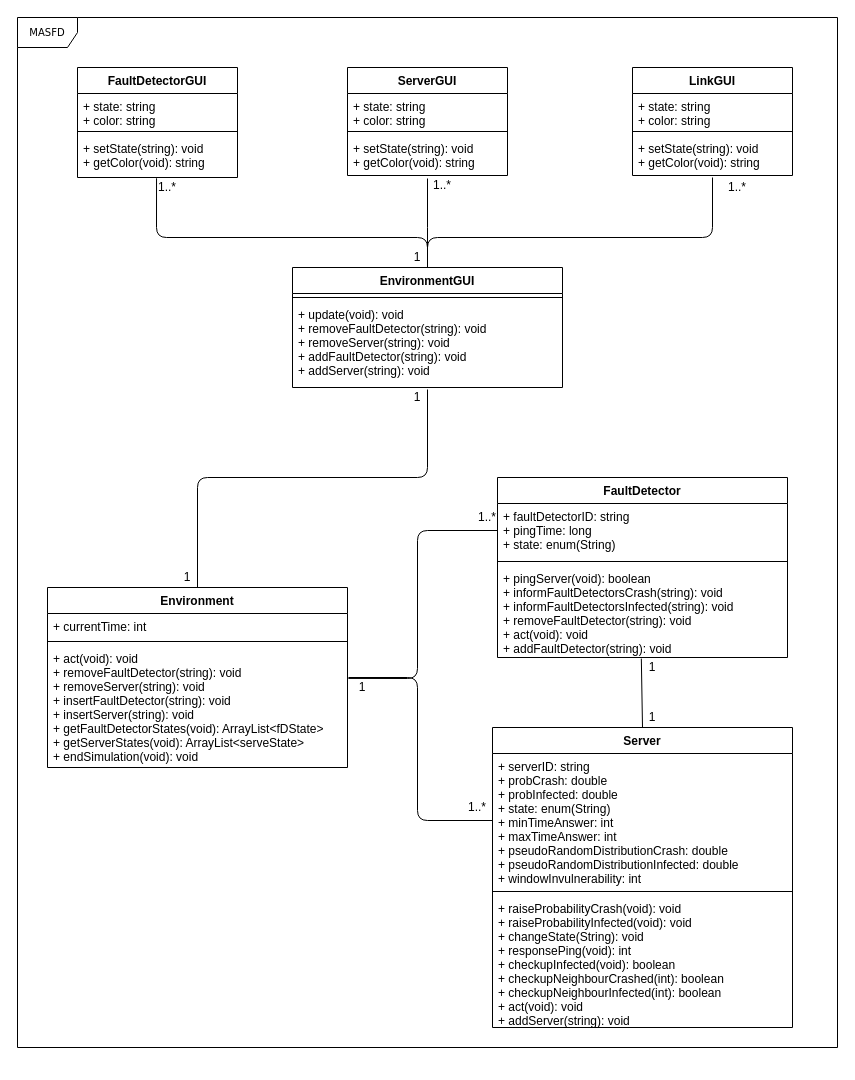
Before: MASFD.drawio in JRafaelSoares/MultiAgent-Fault-Detector, a draw.io diagram. Source tidied: cells renumbered, new cells numbered last; positions are measured from the earlier drawing's top-left corner, leaving out a move shared by most shapes. Both pictures are drawn from the tidied source at 100%, with x=0, y=0 at pixel (17, 17).
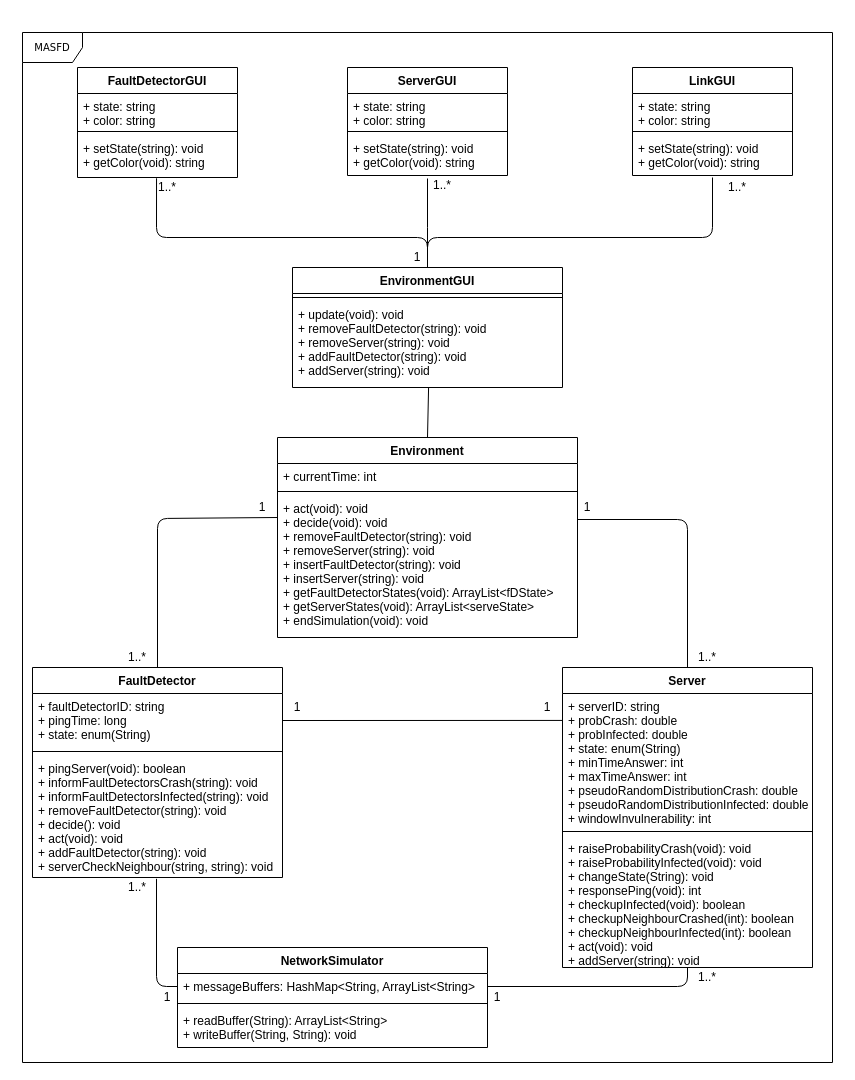
After the change.

Unchanged cells that the change refers to:
```xml
<mxCell id="28" value="+ update(void): void&#10;+ removeFaultDetector(string): void&#10;+ removeServer(string): void&#10;+ addFaultDetector(string): void&#10;+ addServer(string): void " style="text;strokeColor=none;fillColor=none;align=left;verticalAlign=top;spacingLeft=4;spacingRight=4;overflow=hidden;points=[[0,0.5],[1,0.5]];portConstraint=eastwest;" parent="26" vertex="1">
  <mxGeometry y="34" width="270" height="86" as="geometry" />
</mxCell>
```

What changed in the source:
```diff
@@
     <mxCell id="2" value="MASFD" style="shape=umlFrame;whiteSpace=wrap;html=1;rounded=0;shadow=0;comic=0;labelBackgroundColor=none;strokeWidth=1;fontFamily=Verdana;fontSize=10;align=center;" parent="1" vertex="1">
-      <mxGeometry width="820" height="1030" as="geometry" />
+      <mxGeometry x="5" y="15" width="810" height="1030" as="geometry" />
     </mxCell>
-    <mxCell id="3" style="endArrow=none;html=1;entryX=0.5;entryY=0;entryDx=0;entryDy=0;exitX=0.496;exitY=1.012;exitDx=0;exitDy=0;exitPerimeter=0;" parent="1" edge="1" source="21" target="14">
-      <mxGeometry relative="1" as="geometry" />
-    </mxCell>
-    <mxCell id="4" value="1" style="text;html=1;strokeColor=none;fillColor=none;align=center;verticalAlign=middle;whiteSpace=wrap;rounded=0;" parent="1" vertex="1">
-      <mxGeometry x="615" y="690" width="40" height="20" as="geometry" />
-    </mxCell>
-    <mxCell id="5" value="1" style="text;html=1;strokeColor=none;fillColor=none;align=center;verticalAlign=middle;whiteSpace=wrap;rounded=0;" parent="1" vertex="1">
-      <mxGeometry x="615" y="640" width="40" height="20" as="geometry" />
-    </mxCell>
-    <mxCell id="6" style="endArrow=none;html=1;entryX=1.003;entryY=0.27;entryDx=0;entryDy=0;exitX=0;exitY=0.5;exitDx=0;exitDy=0;entryPerimeter=0;" parent="1" edge="1" source="19" target="25">
-      <mxGeometry relative="1" as="geometry">
-        <Array as="points">
-          <mxPoint x="400" y="513" />
-          <mxPoint x="400" y="661" />
-        </Array>
-      </mxGeometry>
-    </mxCell>
-    <mxCell id="7" value="1..*" style="text;html=1;strokeColor=none;fillColor=none;align=center;verticalAlign=middle;whiteSpace=wrap;rounded=0;" parent="1" vertex="1">
-      <mxGeometry x="450" y="490" width="40" height="20" as="geometry" />
-    </mxCell>
-    <mxCell id="8" style="endArrow=none;html=1;exitX=0;exitY=0.5;exitDx=0;exitDy=0;" parent="1" edge="1" source="15">
-      <mxGeometry relative="1" as="geometry">
-        <mxPoint x="331" y="660" as="targetPoint" />
-        <Array as="points">
-          <mxPoint x="400" y="803" />
-          <mxPoint x="400" y="660" />
-        </Array>
-      </mxGeometry>
-    </mxCell>
-    <mxCell id="9" value="1" style="text;html=1;strokeColor=none;fillColor=none;align=center;verticalAlign=middle;whiteSpace=wrap;rounded=0;" parent="1" vertex="1">
-      <mxGeometry x="325" y="660" width="40" height="20" as="geometry" />
-    </mxCell>
-    <mxCell id="10" value="1..*" style="text;html=1;strokeColor=none;fillColor=none;align=center;verticalAlign=middle;whiteSpace=wrap;rounded=0;" parent="1" vertex="1">
-      <mxGeometry x="440" y="780" width="40" height="20" as="geometry" />
-    </mxCell>
-    <mxCell id="11" style="endArrow=none;html=1;exitX=0.5;exitY=0;exitDx=0;exitDy=0;" parent="1" edge="1" source="22">
-      <mxGeometry relative="1" as="geometry">
-        <mxPoint x="410" y="372" as="targetPoint" />
-        <Array as="points">
-          <mxPoint x="180" y="460" />
-          <mxPoint x="410" y="460" />
-        </Array>
-      </mxGeometry>
-    </mxCell>
-    <mxCell id="12" value="1" style="text;html=1;strokeColor=none;fillColor=none;align=center;verticalAlign=middle;whiteSpace=wrap;rounded=0;" parent="1" vertex="1">
-      <mxGeometry x="150" y="550" width="40" height="20" as="geometry" />
-    </mxCell>
-    <mxCell id="13" value="1" style="text;html=1;strokeColor=none;fillColor=none;align=center;verticalAlign=middle;whiteSpace=wrap;rounded=0;" parent="1" vertex="1">
-      <mxGeometry x="380" y="370" width="40" height="20" as="geometry" />
-    </mxCell>
-    <mxCell id="14" value="Server" style="swimlane;fontStyle=1;align=center;verticalAlign=top;horizontal=1;startSize=26;" parent="1" vertex="1">
-      <mxGeometry x="475" y="710" width="300" height="300" as="geometry" />
-    </mxCell>
-    <mxCell id="15" value="+ serverID: string&#10;+ probCrash: double&#10;+ probInfected: double&#10;+ state: enum(String)&#10;+ minTimeAnswer: int&#10;+ maxTimeAnswer: int&#10;+ pseudoRandomDistributionCrash: double&#10;+ pseudoRandomDistributionInfected: double&#10;+ windowInvulnerability: int" style="text;strokeColor=none;fillColor=none;align=left;verticalAlign=top;spacingLeft=4;spacingRight=4;overflow=hidden;points=[[0,0.5],[1,0.5]];portConstraint=eastwest;" parent="14" vertex="1">
-      <mxGeometry y="26" width="300" height="134" as="geometry" />
-    </mxCell>
-    <mxCell id="16" style="line;strokeWidth=1;fillColor=none;align=left;verticalAlign=middle;spacingTop=-1;spacingLeft=3;spacingRight=3;labelPosition=right;" parent="14" vertex="1">
-      <mxGeometry y="160" width="300" height="8" as="geometry" />
-    </mxCell>
-    <mxCell id="17" value="+ raiseProbabilityCrash(void): void&#10;+ raiseProbabilityInfected(void): void&#10;+ changeState(String): void&#10;+ responsePing(void): int&#10;+ checkupInfected(void): boolean&#10;+ checkupNeighbourCrashed(int): boolean&#10;+ checkupNeighbourInfected(int): boolean&#10;+ act(void): void&#10;+ addServer(string): void" style="text;strokeColor=none;fillColor=none;align=left;verticalAlign=top;spacingLeft=4;spacingRight=4;overflow=hidden;points=[[0,0.5],[1,0.5]];portConstraint=eastwest;" parent="14" vertex="1">
-      <mxGeometry y="168" width="300" height="132" as="geometry" />
-    </mxCell>
-    <mxCell id="18" value="FaultDetector" style="swimlane;fontStyle=1;align=center;verticalAlign=top;horizontal=1;startSize=26;" parent="1" vertex="1">
-      <mxGeometry x="480" y="460" width="290" height="180" as="geometry" />
-    </mxCell>
-    <mxCell id="19" value="+ faultDetectorID: string&#10;+ pingTime: long&#10;+ state: enum(String)" style="text;strokeColor=none;fillColor=none;align=left;verticalAlign=top;spacingLeft=4;spacingRight=4;overflow=hidden;points=[[0,0.5],[1,0.5]];portConstraint=eastwest;" parent="18" vertex="1">
-      <mxGeometry y="26" width="290" height="54" as="geometry" />
-    </mxCell>
-    <mxCell id="20" style="line;strokeWidth=1;fillColor=none;align=left;verticalAlign=middle;spacingTop=-1;spacingLeft=3;spacingRight=3;labelPosition=right;" parent="18" vertex="1">
-      <mxGeometry y="80" width="290" height="8" as="geometry" />
-    </mxCell>
-    <mxCell id="21" value="+ pingServer(void): boolean&#10;+ informFaultDetectorsCrash(string): void&#10;+ informFaultDetectorsInfected(string): void&#10;+ removeFaultDetector(string): void&#10;+ act(void): void&#10;+ addFaultDetector(string): void" style="text;strokeColor=none;fillColor=none;align=left;verticalAlign=top;spacingLeft=4;spacingRight=4;overflow=hidden;points=[[0,0.5],[1,0.5]];portConstraint=eastwest;" parent="18" vertex="1">
-      <mxGeometry y="88" width="290" height="92" as="geometry" />
-    </mxCell>
-    <mxCell id="22" value="Environment" style="swimlane;fontStyle=1;align=center;verticalAlign=top;horizontal=1;startSize=26;" parent="1" vertex="1">
-      <mxGeometry x="30" y="570" width="300" height="180" as="geometry" />
-    </mxCell>
-    <mxCell id="23" value="+ currentTime: int" style="text;strokeColor=none;fillColor=none;align=left;verticalAlign=top;spacingLeft=4;spacingRight=4;overflow=hidden;" parent="22" vertex="1">
-      <mxGeometry y="26" width="300" height="24" as="geometry" />
-    </mxCell>
-    <mxCell id="24" style="line;strokeWidth=1;fillColor=none;align=left;verticalAlign=middle;spacingTop=-1;spacingLeft=3;spacingRight=3;labelPosition=right;" parent="22" vertex="1">
-      <mxGeometry y="50" width="300" height="8" as="geometry" />
-    </mxCell>
-    <mxCell id="25" value="+ act(void): void&#10;+ removeFaultDetector(string): void&#10;+ removeServer(string): void&#10;+ insertFaultDetector(string): void&#10;+ insertServer(string): void&#10;+ getFaultDetectorStates(void): ArrayList&lt;fDState&gt;&#10;+ getServerStates(void): ArrayList&lt;serveState&gt;&#10;+ endSimulation(void): void &#10;&#10;" style="text;strokeColor=none;fillColor=none;align=left;verticalAlign=top;spacingLeft=4;spacingRight=4;overflow=hidden;points=[[0,0.5],[1,0.5]];portConstraint=eastwest;" parent="22" vertex="1">
-      <mxGeometry y="58" width="300" height="122" as="geometry" />
-    </mxCell>
@@
+    <mxCell id="14" value="Server" style="swimlane;fontStyle=1;align=center;verticalAlign=top;horizontal=1;startSize=26;" parent="1" vertex="1">
+      <mxGeometry x="545" y="650" width="250" height="300" as="geometry" />
+    </mxCell>
+    <mxCell id="15" value="+ serverID: string&#10;+ probCrash: double&#10;+ probInfected: double&#10;+ state: enum(String)&#10;+ minTimeAnswer: int&#10;+ maxTimeAnswer: int&#10;+ pseudoRandomDistributionCrash: double&#10;+ pseudoRandomDistributionInfected: double&#10;+ windowInvulnerability: int" style="text;strokeColor=none;fillColor=none;align=left;verticalAlign=top;spacingLeft=4;spacingRight=4;overflow=hidden;points=[[0,0.5],[1,0.5]];portConstraint=eastwest;" parent="14" vertex="1">
+      <mxGeometry y="26" width="250" height="134" as="geometry" />
+    </mxCell>
+    <mxCell id="16" style="line;strokeWidth=1;fillColor=none;align=left;verticalAlign=middle;spacingTop=-1;spacingLeft=3;spacingRight=3;labelPosition=right;" parent="14" vertex="1">
+      <mxGeometry y="160" width="250" height="8" as="geometry" />
+    </mxCell>
+    <mxCell id="17" value="+ raiseProbabilityCrash(void): void&#10;+ raiseProbabilityInfected(void): void&#10;+ changeState(String): void&#10;+ responsePing(void): int&#10;+ checkupInfected(void): boolean&#10;+ checkupNeighbourCrashed(int): boolean&#10;+ checkupNeighbourInfected(int): boolean&#10;+ act(void): void&#10;+ addServer(string): void" style="text;strokeColor=none;fillColor=none;align=left;verticalAlign=top;spacingLeft=4;spacingRight=4;overflow=hidden;points=[[0,0.5],[1,0.5]];portConstraint=eastwest;" parent="14" vertex="1">
+      <mxGeometry y="168" width="250" height="132" as="geometry" />
+    </mxCell>
+    <mxCell id="18" value="FaultDetector" style="swimlane;fontStyle=1;align=center;verticalAlign=top;horizontal=1;startSize=26;" parent="1" vertex="1">
+      <mxGeometry x="15" y="650" width="250" height="210" as="geometry" />
+    </mxCell>
+    <mxCell id="19" value="+ faultDetectorID: string&#10;+ pingTime: long&#10;+ state: enum(String)" style="text;strokeColor=none;fillColor=none;align=left;verticalAlign=top;spacingLeft=4;spacingRight=4;overflow=hidden;points=[[0,0.5],[1,0.5]];portConstraint=eastwest;" parent="18" vertex="1">
+      <mxGeometry y="26" width="250" height="54" as="geometry" />
+    </mxCell>
+    <mxCell id="20" style="line;strokeWidth=1;fillColor=none;align=left;verticalAlign=middle;spacingTop=-1;spacingLeft=3;spacingRight=3;labelPosition=right;" parent="18" vertex="1">
+      <mxGeometry y="80" width="250" height="8" as="geometry" />
+    </mxCell>
+    <mxCell id="21" value="+ pingServer(void): boolean&#10;+ informFaultDetectorsCrash(string): void&#10;+ informFaultDetectorsInfected(string): void&#10;+ removeFaultDetector(string): void&#10;+ decide(): void&#10;+ act(void): void&#10;+ addFaultDetector(string): void&#10;+ serverCheckNeighbour(string, string): void" style="text;strokeColor=none;fillColor=none;align=left;verticalAlign=top;spacingLeft=4;spacingRight=4;overflow=hidden;points=[[0,0.5],[1,0.5]];portConstraint=eastwest;" parent="18" vertex="1">
+      <mxGeometry y="88" width="250" height="122" as="geometry" />
+    </mxCell>
+    <mxCell id="22" value="Environment" style="swimlane;fontStyle=1;align=center;verticalAlign=top;horizontal=1;startSize=26;" parent="1" vertex="1">
+      <mxGeometry x="260" y="420" width="300" height="200" as="geometry" />
+    </mxCell>
+    <mxCell id="23" value="+ currentTime: int" style="text;strokeColor=none;fillColor=none;align=left;verticalAlign=top;spacingLeft=4;spacingRight=4;overflow=hidden;" parent="22" vertex="1">
+      <mxGeometry y="26" width="300" height="24" as="geometry" />
+    </mxCell>
+    <mxCell id="24" style="line;strokeWidth=1;fillColor=none;align=left;verticalAlign=middle;spacingTop=-1;spacingLeft=3;spacingRight=3;labelPosition=right;" parent="22" vertex="1">
+      <mxGeometry y="50" width="300" height="8" as="geometry" />
+    </mxCell>
+    <mxCell id="25" value="+ act(void): void&#10;+ decide(void): void&#10;+ removeFaultDetector(string): void&#10;+ removeServer(string): void&#10;+ insertFaultDetector(string): void&#10;+ insertServer(string): void&#10;+ getFaultDetectorStates(void): ArrayList&lt;fDState&gt;&#10;+ getServerStates(void): ArrayList&lt;serveState&gt;&#10;+ endSimulation(void): void &#10;&#10;" style="text;strokeColor=none;fillColor=none;align=left;verticalAlign=top;spacingLeft=4;spacingRight=4;overflow=hidden;points=[[0,0.5],[1,0.5]];portConstraint=eastwest;" parent="22" vertex="1">
+      <mxGeometry y="58" width="300" height="142" as="geometry" />
+    </mxCell>
+    <mxCell id="48" style="endArrow=none;html=1;entryX=0.504;entryY=1;entryDx=0;entryDy=0;entryPerimeter=0;exitX=0.5;exitY=0;exitDx=0;exitDy=0;" parent="1" edge="1" source="22" target="28">
+      <mxGeometry relative="1" as="geometry" />
+    </mxCell>
+    <mxCell id="49" style="endArrow=none;html=1;exitX=0.5;exitY=0;exitDx=0;exitDy=0;" parent="1" edge="1" source="18">
+      <mxGeometry relative="1" as="geometry">
+        <mxPoint x="260" y="500" as="targetPoint" />
+        <Array as="points">
+          <mxPoint x="140" y="501" />
+        </Array>
+      </mxGeometry>
+    </mxCell>
+    <mxCell id="50" style="endArrow=none;html=1;exitX=0.5;exitY=0;exitDx=0;exitDy=0;" parent="1" edge="1" source="14">
+      <mxGeometry relative="1" as="geometry">
+        <mxPoint x="560" y="502" as="targetPoint" />
+        <Array as="points">
+          <mxPoint x="670" y="502" />
+        </Array>
+      </mxGeometry>
+    </mxCell>
+    <mxCell id="51" style="endArrow=none;html=1;entryX=0.496;entryY=1.011;entryDx=0;entryDy=0;entryPerimeter=0;exitX=0;exitY=0.5;exitDx=0;exitDy=0;" parent="1" edge="1" source="54" target="21">
+      <mxGeometry relative="1" as="geometry">
+        <Array as="points">
+          <mxPoint x="139" y="969" />
+        </Array>
+      </mxGeometry>
+    </mxCell>
+    <mxCell id="52" style="endArrow=none;html=1;exitX=1;exitY=0.5;exitDx=0;exitDy=0;entryX=0.5;entryY=1;entryDx=0;entryDy=0;entryPerimeter=0;" parent="1" edge="1" source="54" target="17">
+      <mxGeometry relative="1" as="geometry">
+        <Array as="points">
+          <mxPoint x="670" y="969" />
+        </Array>
+      </mxGeometry>
+    </mxCell>
+    <mxCell id="53" value="NetworkSimulator" style="swimlane;fontStyle=1;align=center;verticalAlign=top;horizontal=1;startSize=26;" parent="1" vertex="1">
+      <mxGeometry x="160" y="930" width="310" height="100" as="geometry" />
+    </mxCell>
+    <mxCell id="54" value="+ messageBuffers: HashMap&lt;String, ArrayList&lt;String&gt;" style="text;strokeColor=none;fillColor=none;align=left;verticalAlign=top;spacingLeft=4;spacingRight=4;overflow=hidden;points=[[0,0.5],[1,0.5]];portConstraint=eastwest;" parent="53" vertex="1">
+      <mxGeometry y="26" width="310" height="26" as="geometry" />
+    </mxCell>
+    <mxCell id="55" style="line;strokeWidth=1;fillColor=none;align=left;verticalAlign=middle;spacingTop=-1;spacingLeft=3;spacingRight=3;labelPosition=right;" parent="53" vertex="1">
+      <mxGeometry y="52" width="310" height="8" as="geometry" />
+    </mxCell>
+    <mxCell id="56" value="+ readBuffer(String): ArrayList&lt;String&gt;&#10;+ writeBuffer(String, String): void" style="text;strokeColor=none;fillColor=none;align=left;verticalAlign=top;spacingLeft=4;spacingRight=4;overflow=hidden;" parent="53" vertex="1">
+      <mxGeometry y="60" width="310" height="40" as="geometry" />
+    </mxCell>
+    <mxCell id="57" style="endArrow=none;html=1;entryX=1;entryY=0.5;entryDx=0;entryDy=0;exitX=0;exitY=0.201;exitDx=0;exitDy=0;exitPerimeter=0;" parent="1" edge="1" source="15" target="19">
+      <mxGeometry relative="1" as="geometry" />
+    </mxCell>
+    <mxCell id="58" value="1" style="text;html=1;strokeColor=none;fillColor=none;align=center;verticalAlign=middle;whiteSpace=wrap;rounded=0;" parent="1" vertex="1">
+      <mxGeometry x="260" y="680" width="40" height="20" as="geometry" />
+    </mxCell>
+    <mxCell id="59" value="1" style="text;html=1;strokeColor=none;fillColor=none;align=center;verticalAlign=middle;whiteSpace=wrap;rounded=0;" parent="1" vertex="1">
+      <mxGeometry x="510" y="680" width="40" height="20" as="geometry" />
+    </mxCell>
+    <mxCell id="60" value="1" style="text;html=1;strokeColor=none;fillColor=none;align=center;verticalAlign=middle;whiteSpace=wrap;rounded=0;" parent="1" vertex="1">
+      <mxGeometry x="130" y="970" width="40" height="20" as="geometry" />
+    </mxCell>
+    <mxCell id="61" value="1" style="text;html=1;strokeColor=none;fillColor=none;align=center;verticalAlign=middle;whiteSpace=wrap;rounded=0;" parent="1" vertex="1">
+      <mxGeometry x="460" y="970" width="40" height="20" as="geometry" />
+    </mxCell>
+    <mxCell id="62" value="1" style="text;html=1;strokeColor=none;fillColor=none;align=center;verticalAlign=middle;whiteSpace=wrap;rounded=0;" parent="1" vertex="1">
+      <mxGeometry x="225" y="480" width="40" height="20" as="geometry" />
+    </mxCell>
+    <mxCell id="63" value="1" style="text;html=1;strokeColor=none;fillColor=none;align=center;verticalAlign=middle;whiteSpace=wrap;rounded=0;" parent="1" vertex="1">
+      <mxGeometry x="550" y="480" width="40" height="20" as="geometry" />
+    </mxCell>
+    <mxCell id="64" value="1..*" style="text;html=1;strokeColor=none;fillColor=none;align=center;verticalAlign=middle;whiteSpace=wrap;rounded=0;" parent="1" vertex="1">
+      <mxGeometry x="100" y="630" width="40" height="20" as="geometry" />
+    </mxCell>
+    <mxCell id="65" value="1..*" style="text;html=1;strokeColor=none;fillColor=none;align=center;verticalAlign=middle;whiteSpace=wrap;rounded=0;" parent="1" vertex="1">
+      <mxGeometry x="670" y="630" width="40" height="20" as="geometry" />
+    </mxCell>
+    <mxCell id="66" value="1..*" style="text;html=1;strokeColor=none;fillColor=none;align=center;verticalAlign=middle;whiteSpace=wrap;rounded=0;" parent="1" vertex="1">
+      <mxGeometry x="100" y="860" width="40" height="20" as="geometry" />
+    </mxCell>
+    <mxCell id="67" value="1..*" style="text;html=1;strokeColor=none;fillColor=none;align=center;verticalAlign=middle;whiteSpace=wrap;rounded=0;" parent="1" vertex="1">
+      <mxGeometry x="670" y="950" width="40" height="20" as="geometry" />
+    </mxCell>
```
